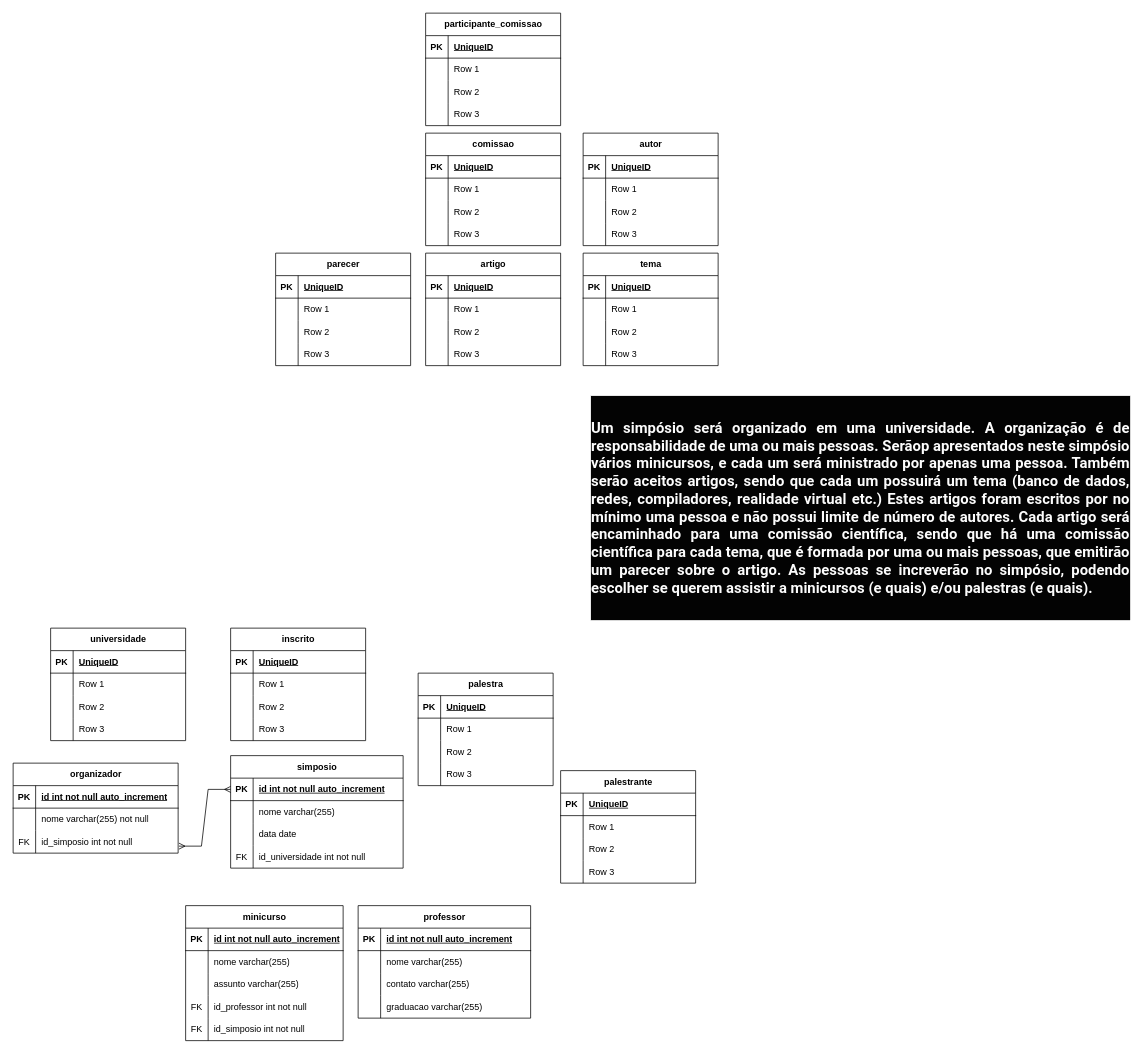
Earlier version of the draw.io diagram Diagramas/Atividades/simposio.drawio (samueldelorenzi/BancoDeDadosI). Source tidied: cells renumbered, new cells numbered last; positions are measured from the earlier drawing's top-left corner, leaving out a move shared by most shapes. Both pictures are drawn from the tidied source at 75%, with x=0, y=0 at pixel (13, 13).
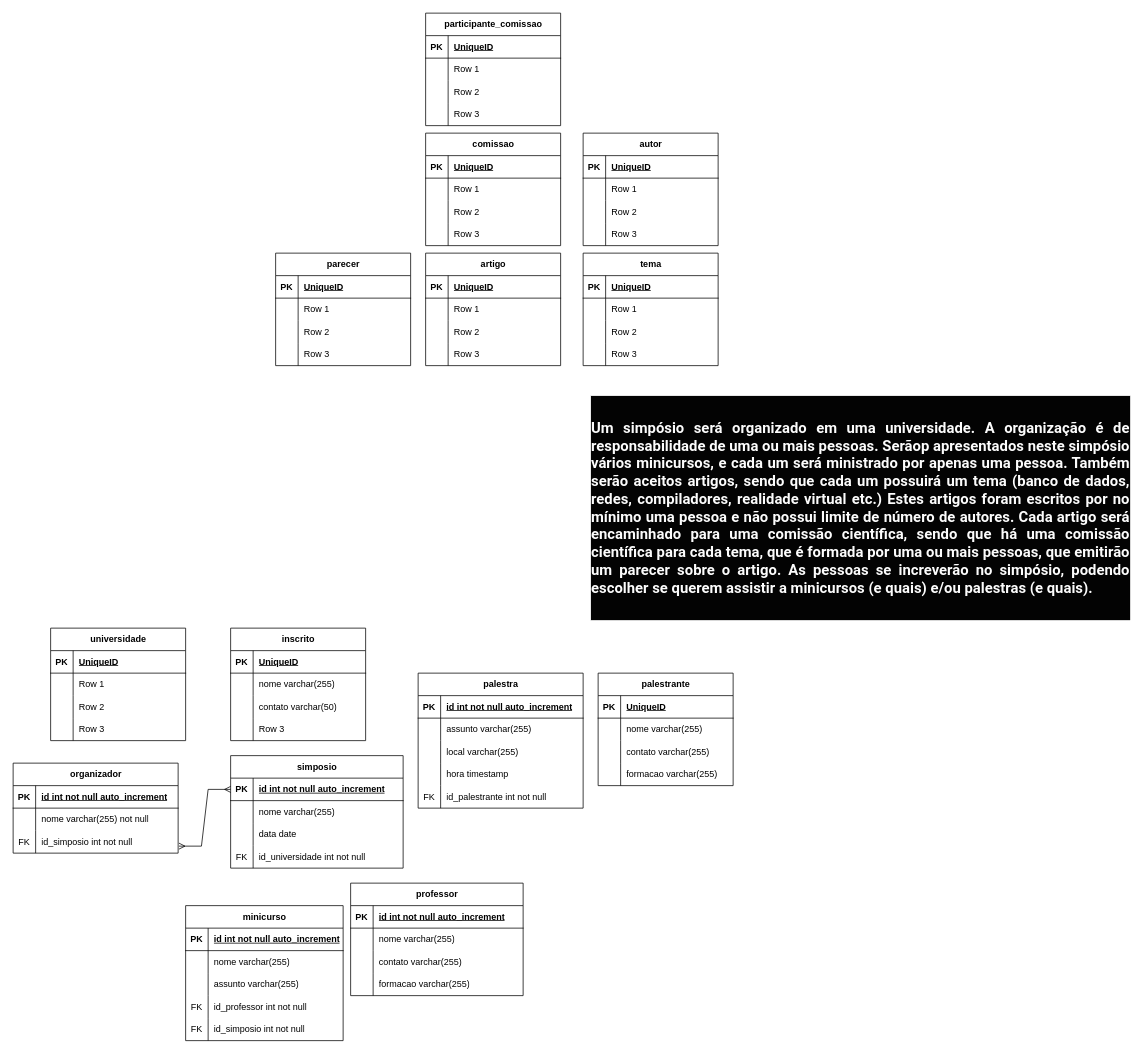
The same diagram, later.

Unchanged cells that the change refers to:
```xml
<mxCell id="100" style="shape=tableRow;horizontal=0;startSize=0;swimlaneHead=0;swimlaneBody=0;fillColor=none;top=0;left=0;right=0;bottom=0;" parent="96" vertex="1">
  <mxGeometry y="60" width="180" height="30" as="geometry" />
</mxCell>
<mxCell id="103" style="shape=tableRow;horizontal=0;startSize=0;swimlaneHead=0;swimlaneBody=0;fillColor=none;top=0;left=0;right=0;bottom=0;" parent="96" vertex="1">
  <mxGeometry y="90" width="180" height="30" as="geometry" />
</mxCell>
<mxCell id="106" style="shape=tableRow;horizontal=0;startSize=0;swimlaneHead=0;swimlaneBody=0;fillColor=none;top=0;left=0;right=0;bottom=0;" parent="96" vertex="1">
  <mxGeometry y="120" width="180" height="30" as="geometry" />
</mxCell>
<mxCell id="129" style="shape=tableRow;horizontal=0;startSize=0;swimlaneHead=0;swimlaneBody=0;fillColor=none;top=0;left=0;right=0;bottom=0;" parent="119" vertex="1">
  <mxGeometry y="120" width="230" height="30" as="geometry" />
</mxCell>
<mxCell id="162" style="shape=tableRow;horizontal=0;startSize=0;swimlaneHead=0;swimlaneBody=0;fillColor=none;top=0;left=0;right=0;bottom=0;" parent="158" vertex="1">
  <mxGeometry y="60" width="180" height="30" as="geometry" />
</mxCell>
<mxCell id="165" style="shape=tableRow;horizontal=0;startSize=0;swimlaneHead=0;swimlaneBody=0;fillColor=none;top=0;left=0;right=0;bottom=0;" parent="158" vertex="1">
  <mxGeometry y="90" width="180" height="30" as="geometry" />
</mxCell>
```

Diff of the diagram source:
```diff
@@
     <mxCell id="41" value="palestra" style="shape=table;startSize=30;childLayout=tableLayout;rowLines=0;fontStyle=1;align=center;html=1;" parent="1" vertex="1">
-      <mxGeometry x="540" y="880" width="180" height="150" as="geometry" />
+      <mxGeometry x="540" y="880" width="220" height="180" as="geometry" />
     </mxCell>
     <mxCell id="42" style="shape=tableRow;horizontal=0;startSize=0;swimlaneHead=0;swimlaneBody=0;fillColor=none;top=0;left=0;right=0;bottom=1;" parent="41" vertex="1">
-      <mxGeometry y="30" width="180" height="30" as="geometry" />
+      <mxGeometry y="30" width="220" height="30" as="geometry" />
     </mxCell>
@@
-    <mxCell id="44" value="UniqueID" style="shape=partialRectangle;fillColor=none;top=0;left=0;bottom=0;right=0;align=left;spacingLeft=6;fontStyle=5;overflow=hidden;whiteSpace=wrap;html=1;" parent="42" vertex="1">
-      <mxGeometry x="30" width="150" height="30" as="geometry" />
+    <mxCell id="44" value="id int not null auto_increment" style="shape=partialRectangle;fillColor=none;top=0;left=0;bottom=0;right=0;align=left;spacingLeft=6;fontStyle=5;overflow=hidden;whiteSpace=wrap;html=1;" parent="42" vertex="1">
+      <mxGeometry x="30" width="190" height="30" as="geometry" />
     </mxCell>
     <mxCell id="45" style="shape=tableRow;horizontal=0;startSize=0;swimlaneHead=0;swimlaneBody=0;fillColor=none;top=0;left=0;right=0;bottom=0;" parent="41" vertex="1">
-      <mxGeometry y="60" width="180" height="30" as="geometry" />
+      <mxGeometry y="60" width="220" height="30" as="geometry" />
     </mxCell>
@@
-    <mxCell id="47" value="Row 1" style="shape=partialRectangle;fillColor=none;top=0;left=0;bottom=0;right=0;align=left;spacingLeft=6;overflow=hidden;whiteSpace=wrap;html=1;" parent="45" vertex="1">
-      <mxGeometry x="30" width="150" height="30" as="geometry" />
+    <mxCell id="47" value="assunto varchar(255)" style="shape=partialRectangle;fillColor=none;top=0;left=0;bottom=0;right=0;align=left;spacingLeft=6;overflow=hidden;whiteSpace=wrap;html=1;" parent="45" vertex="1">
+      <mxGeometry x="30" width="190" height="30" as="geometry" />
     </mxCell>
     <mxCell id="48" style="shape=tableRow;horizontal=0;startSize=0;swimlaneHead=0;swimlaneBody=0;fillColor=none;top=0;left=0;right=0;bottom=0;" parent="41" vertex="1">
-      <mxGeometry y="90" width="180" height="30" as="geometry" />
+      <mxGeometry y="90" width="220" height="30" as="geometry" />
     </mxCell>
@@
-    <mxCell id="50" value="Row 2" style="shape=partialRectangle;fillColor=none;top=0;left=0;bottom=0;right=0;align=left;spacingLeft=6;overflow=hidden;whiteSpace=wrap;html=1;" parent="48" vertex="1">
-      <mxGeometry x="30" width="150" height="30" as="geometry" />
+    <mxCell id="50" value="local varchar(255)" style="shape=partialRectangle;fillColor=none;top=0;left=0;bottom=0;right=0;align=left;spacingLeft=6;overflow=hidden;whiteSpace=wrap;html=1;" parent="48" vertex="1">
+      <mxGeometry x="30" width="190" height="30" as="geometry" />
     </mxCell>
     <mxCell id="51" style="shape=tableRow;horizontal=0;startSize=0;swimlaneHead=0;swimlaneBody=0;fillColor=none;top=0;left=0;right=0;bottom=0;" parent="41" vertex="1">
-      <mxGeometry y="120" width="180" height="30" as="geometry" />
+      <mxGeometry y="120" width="220" height="30" as="geometry" />
     </mxCell>
@@
-    <mxCell id="53" value="Row 3" style="shape=partialRectangle;fillColor=none;top=0;left=0;bottom=0;right=0;align=left;spacingLeft=6;overflow=hidden;whiteSpace=wrap;html=1;" parent="51" vertex="1">
-      <mxGeometry x="30" width="150" height="30" as="geometry" />
+    <mxCell id="53" value="hora timestamp" style="shape=partialRectangle;fillColor=none;top=0;left=0;bottom=0;right=0;align=left;spacingLeft=6;overflow=hidden;whiteSpace=wrap;html=1;" parent="51" vertex="1">
+      <mxGeometry x="30" width="190" height="30" as="geometry" />
     </mxCell>
+    <mxCell id="186" style="shape=tableRow;horizontal=0;startSize=0;swimlaneHead=0;swimlaneBody=0;fillColor=none;top=0;left=0;right=0;bottom=0;" parent="41" vertex="1">
+      <mxGeometry y="150" width="220" height="30" as="geometry" />
+    </mxCell>
+    <mxCell id="187" value="FK" style="shape=partialRectangle;fillColor=none;top=0;left=0;bottom=0;right=0;overflow=hidden;whiteSpace=wrap;html=1;" parent="186" vertex="1">
+      <mxGeometry width="30" height="30" as="geometry" />
+    </mxCell>
+    <mxCell id="188" value="id_palestrante int not null" style="shape=partialRectangle;fillColor=none;top=0;left=0;bottom=0;right=0;align=left;spacingLeft=6;overflow=hidden;whiteSpace=wrap;html=1;" parent="186" vertex="1">
+      <mxGeometry x="30" width="190" height="30" as="geometry" />
+    </mxCell>
@@
     <mxCell id="96" value="palestrante" style="shape=table;startSize=30;childLayout=tableLayout;rowLines=0;fontStyle=1;align=center;html=1;" parent="1" vertex="1">
-      <mxGeometry x="730" y="1010" width="180" height="150" as="geometry" />
+      <mxGeometry x="780" y="880" width="180" height="150" as="geometry" />
     </mxCell>
@@
-    <mxCell id="102" value="Row 1" style="shape=partialRectangle;fillColor=none;top=0;left=0;bottom=0;right=0;align=left;spacingLeft=6;overflow=hidden;whiteSpace=wrap;html=1;" parent="100" vertex="1">
+    <mxCell id="102" value="nome varchar(255)" style="shape=partialRectangle;fillColor=none;top=0;left=0;bottom=0;right=0;align=left;spacingLeft=6;overflow=hidden;whiteSpace=wrap;html=1;" parent="100" vertex="1">
       <mxGeometry x="30" width="150" height="30" as="geometry" />
     </mxCell>
@@
-    <mxCell id="105" value="Row 2" style="shape=partialRectangle;fillColor=none;top=0;left=0;bottom=0;right=0;align=left;spacingLeft=6;overflow=hidden;whiteSpace=wrap;html=1;" parent="103" vertex="1">
+    <mxCell id="105" value="contato varchar(255)" style="shape=partialRectangle;fillColor=none;top=0;left=0;bottom=0;right=0;align=left;spacingLeft=6;overflow=hidden;whiteSpace=wrap;html=1;" parent="103" vertex="1">
       <mxGeometry x="30" width="150" height="30" as="geometry" />
     </mxCell>
@@
-    <mxCell id="108" value="Row 3" style="shape=partialRectangle;fillColor=none;top=0;left=0;bottom=0;right=0;align=left;spacingLeft=6;overflow=hidden;whiteSpace=wrap;html=1;" parent="106" vertex="1">
+    <mxCell id="108" value="formacao varchar(255)" style="shape=partialRectangle;fillColor=none;top=0;left=0;bottom=0;right=0;align=left;spacingLeft=6;overflow=hidden;whiteSpace=wrap;html=1;" parent="106" vertex="1">
       <mxGeometry x="30" width="150" height="30" as="geometry" />
     </mxCell>
@@
     <mxCell id="119" value="professor" style="shape=table;startSize=30;childLayout=tableLayout;rowLines=0;fontStyle=1;align=center;html=1;" parent="1" vertex="1">
-      <mxGeometry x="460" y="1190" width="230" height="150" as="geometry" />
+      <mxGeometry x="450" y="1160" width="230" height="150" as="geometry" />
     </mxCell>
@@
-    <mxCell id="131" value="graduacao varchar(255)" style="shape=partialRectangle;fillColor=none;top=0;left=0;bottom=0;right=0;align=left;spacingLeft=6;overflow=hidden;whiteSpace=wrap;html=1;" parent="129" vertex="1">
+    <mxCell id="131" value="formacao varchar(255)" style="shape=partialRectangle;fillColor=none;top=0;left=0;bottom=0;right=0;align=left;spacingLeft=6;overflow=hidden;whiteSpace=wrap;html=1;" parent="129" vertex="1">
       <mxGeometry x="30" width="200" height="30" as="geometry" />
     </mxCell>
@@
-    <mxCell id="164" value="Row 1" style="shape=partialRectangle;fillColor=none;top=0;left=0;bottom=0;right=0;align=left;spacingLeft=6;overflow=hidden;whiteSpace=wrap;html=1;" parent="162" vertex="1">
+    <mxCell id="164" value="nome varchar(255)" style="shape=partialRectangle;fillColor=none;top=0;left=0;bottom=0;right=0;align=left;spacingLeft=6;overflow=hidden;whiteSpace=wrap;html=1;" parent="162" vertex="1">
       <mxGeometry x="30" width="150" height="30" as="geometry" />
     </mxCell>
@@
-    <mxCell id="167" value="Row 2" style="shape=partialRectangle;fillColor=none;top=0;left=0;bottom=0;right=0;align=left;spacingLeft=6;overflow=hidden;whiteSpace=wrap;html=1;" parent="165" vertex="1">
+    <mxCell id="167" value="contato varchar(50)" style="shape=partialRectangle;fillColor=none;top=0;left=0;bottom=0;right=0;align=left;spacingLeft=6;overflow=hidden;whiteSpace=wrap;html=1;" parent="165" vertex="1">
       <mxGeometry x="30" width="150" height="30" as="geometry" />
     </mxCell>
```
